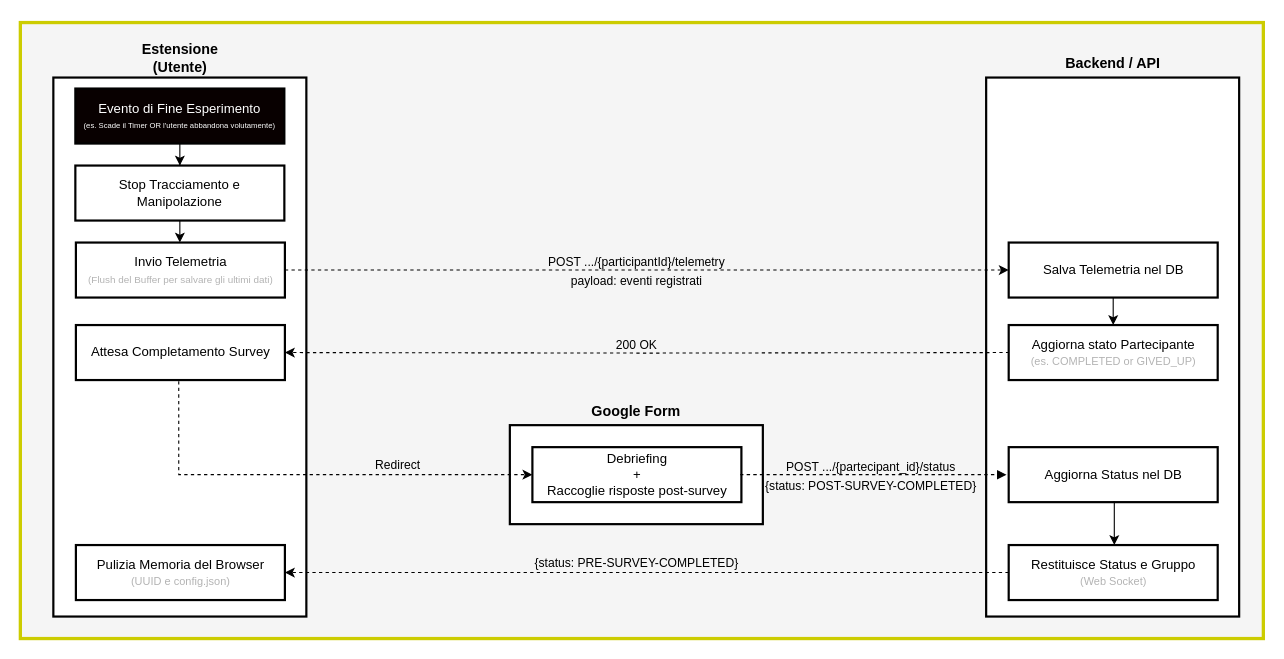
The draw.io diagram diagrams/deenrollment_flow.drawio in giamm025/iBEARer, before the edit. Source tidied: cells renumbered, new cells numbered last; positions are measured from the earlier drawing's top-left corner, leaving out a move shared by most shapes. Both pictures are drawn from the tidied source at 110%, with x=0, y=0 at pixel (20, 22).
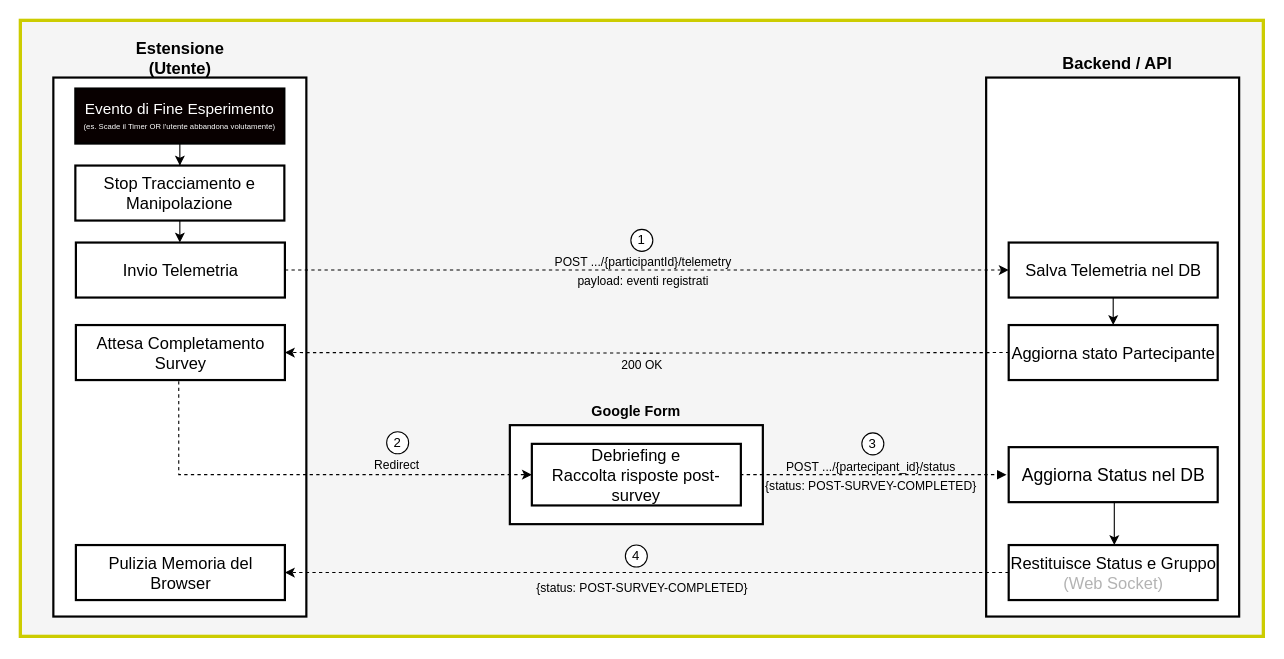
After the change.

Unchanged cells that the change refers to:
```xml
<mxCell id="13" style="jettySize=auto;html=1;entryX=0;entryY=0.5;entryDx=0;entryDy=0;dashed=1;" parent="1" edge="1" source="15" target="30">
  <mxGeometry relative="1" as="geometry" />
</mxCell>
<mxCell id="22" style="edgeStyle=orthogonalEdgeStyle;rounded=0;jettySize=auto;html=1;exitX=0;exitY=0.5;exitDx=0;exitDy=0;dashed=1;" parent="1" edge="1" source="32" target="19">
  <mxGeometry relative="1" as="geometry" />
</mxCell>
<mxCell id="26" style="edgeStyle=orthogonalEdgeStyle;jettySize=auto;html=1;entryX=1;entryY=0.5;entryDx=0;entryDy=0;dashed=1;exitX=0;exitY=0.5;exitDx=0;exitDy=0;" parent="1" edge="1" target="18">
  <mxGeometry relative="1" as="geometry">
    <mxPoint x="899" y="300" as="sourcePoint" />
  </mxGeometry>
</mxCell>
```

What changed in the source:
```diff
@@
     <mxCell id="2" style="rounded=0;whiteSpace=wrap;html=1;fillColor=#f5f5f5;fontColor=#333333;strokeColor=#CCCC00;strokeWidth=3;" parent="1" vertex="1">
-      <mxGeometry width="1130" height="560" as="geometry" />
+      <mxGeometry y="-2" width="1130" height="560" as="geometry" />
     </mxCell>
@@
-    <mxCell id="5" value="Aggiorna Status nel DB" style="whiteSpace=wrap;strokeWidth=2;rounded=0;" parent="1" vertex="1">
+    <mxCell id="5" value="Aggiorna Status nel DB" style="whiteSpace=wrap;strokeWidth=2;rounded=0;fontSize=16;" parent="1" vertex="1">
       <mxGeometry x="898.5" y="386" width="190" height="50" as="geometry" />
     </mxCell>
-    <mxCell id="6" value="&lt;b&gt;&lt;font style=&quot;font-size: 13px;&quot;&gt;Backend / API&lt;/font&gt;&lt;/b&gt;" style="text;html=1;whiteSpace=wrap;strokeColor=none;fillColor=none;align=center;verticalAlign=middle;rounded=0;" parent="1" vertex="1">
-      <mxGeometry x="944.8" y="24" width="96.5" height="25.4" as="geometry" />
+    <mxCell id="6" value="&lt;b&gt;&lt;font&gt;Backend / API&lt;/font&gt;&lt;/b&gt;" style="text;html=1;whiteSpace=wrap;strokeColor=none;fillColor=none;align=center;verticalAlign=middle;rounded=0;fontSize=15;" parent="1" vertex="1">
+      <mxGeometry x="944.8" y="24" width="105.2" height="25.4" as="geometry" />
     </mxCell>
@@
-    <mxCell id="9" value="&lt;font style=&quot;font-size: 12px;&quot;&gt;Evento di Fine Esperimento&lt;/font&gt;&lt;br&gt;&lt;font style=&quot;font-size: 7px;&quot;&gt;(es. Scade il Timer OR l'utente abbandona volutamente)&lt;/font&gt;" style="whiteSpace=wrap;strokeWidth=2;fillColor=#080000;fontColor=#FFFFFF;rounded=0;fontSize=10;autosizeText=0;html=1;" parent="1" vertex="1">
+    <mxCell id="9" value="&lt;font style=&quot;font-size: 14px;&quot;&gt;&lt;font style=&quot;&quot;&gt;Evento di Fine Esperimento&lt;/font&gt;&lt;br&gt;&lt;/font&gt;&lt;font style=&quot;font-size: 7px;&quot;&gt;(es. Scade il Timer OR l'utente abbandona volutamente)&lt;/font&gt;" style="whiteSpace=wrap;strokeWidth=2;fillColor=#080000;fontColor=#FFFFFF;rounded=0;fontSize=10;autosizeText=0;html=1;" parent="1" vertex="1">
       <mxGeometry x="50" y="60" width="190" height="50" as="geometry" />
     </mxCell>
-    <mxCell id="10" value="&lt;font style=&quot;font-size: 13px;&quot;&gt;&lt;b&gt;Estensione &lt;br&gt;(Utente)&lt;/b&gt;&lt;/font&gt;" style="text;html=1;whiteSpace=wrap;strokeColor=none;fillColor=none;align=center;verticalAlign=middle;rounded=0;" parent="1" vertex="1">
+    <mxCell id="10" value="&lt;font&gt;&lt;b&gt;Estensione &lt;br&gt;(Utente)&lt;/b&gt;&lt;/font&gt;" style="text;html=1;whiteSpace=wrap;strokeColor=none;fillColor=none;align=center;verticalAlign=middle;rounded=0;fontSize=15;" parent="1" vertex="1">
       <mxGeometry x="72.5" y="16.5" width="145" height="30" as="geometry" />
     </mxCell>
@@
-    <mxCell id="12" value="&lt;font style=&quot;font-size: 12px;&quot;&gt;Stop Tracciamento e Manipolazione&lt;/font&gt;" style="whiteSpace=wrap;strokeWidth=2;rounded=0;fontSize=11;html=1;" parent="1" vertex="1">
+    <mxCell id="12" value="&lt;font&gt;Stop Tracciamento e Manipolazione&lt;/font&gt;" style="whiteSpace=wrap;strokeWidth=2;rounded=0;fontSize=15;html=1;" parent="1" vertex="1">
       <mxGeometry x="50" y="130" width="190" height="50" as="geometry" />
     </mxCell>
@@
     <mxCell id="14" value="&lt;div style=&quot;line-height: 150%;&quot;&gt;POST .../{participantId}/telemetry&lt;div&gt;payload: eventi registrati&lt;/div&gt;&lt;/div&gt;" style="edgeLabel;html=1;align=center;verticalAlign=middle;labelBackgroundColor=none;" parent="13" vertex="1">
       <mxGeometry x="-0.8" relative="1" as="geometry">
-        <mxPoint x="253" as="offset" />
+        <mxPoint x="259" as="offset" />
       </mxGeometry>
     </mxCell>
-    <mxCell id="15" value="Invio Telemetria&lt;br&gt;&lt;font style=&quot;font-size: 9px; color: rgb(179, 179, 179);&quot;&gt;(Flush del Buffer per salvare gli ultimi dati)&lt;/font&gt;" style="whiteSpace=wrap;strokeWidth=2;rounded=0;html=1;" parent="1" vertex="1">
+    <mxCell id="15" value="Invio Telemetria" style="whiteSpace=wrap;strokeWidth=2;rounded=0;html=1;fontSize=15;" parent="1" vertex="1">
       <mxGeometry x="50.5" y="200" width="190" height="50" as="geometry" />
     </mxCell>
@@
-    <mxCell id="18" value="Attesa Completamento Survey" style="whiteSpace=wrap;strokeWidth=2;rounded=0;html=1;" parent="1" vertex="1">
+    <mxCell id="18" value="Attesa Completamento Survey" style="whiteSpace=wrap;strokeWidth=2;rounded=0;html=1;fontSize=15;" parent="1" vertex="1">
       <mxGeometry x="50.5" y="275" width="190" height="50" as="geometry" />
     </mxCell>
-    <mxCell id="19" value="&lt;font style=&quot;&quot;&gt;Pulizia Memoria del Browser&lt;br&gt;&lt;/font&gt;&lt;font style=&quot;color: rgb(179, 179, 179); font-size: 10px;&quot;&gt;(UUID e config.json)&lt;/font&gt;" style="whiteSpace=wrap;strokeWidth=2;rounded=0;html=1;" parent="1" vertex="1">
+    <mxCell id="19" value="&lt;font&gt;Pulizia Memoria del Browser&lt;/font&gt;" style="whiteSpace=wrap;strokeWidth=2;rounded=0;html=1;fontSize=15;" parent="1" vertex="1">
       <mxGeometry x="50.5" y="475" width="190" height="50" as="geometry" />
     </mxCell>
@@
-    <mxCell id="21" value="Debriefing&#10;+&#10;Raccoglie risposte post-survey" style="whiteSpace=wrap;strokeWidth=2;rounded=0;" parent="1" vertex="1">
-      <mxGeometry x="465.5" y="386" width="190" height="50" as="geometry" />
+    <mxCell id="21" value="Debriefing e&#10;Raccolta risposte post-survey" style="whiteSpace=wrap;strokeWidth=2;rounded=0;fontSize=15;" parent="1" vertex="1">
+      <mxGeometry x="465" y="383" width="190" height="56" as="geometry" />
     </mxCell>
@@
-    <mxCell id="23" value="&lt;div style=&quot;text-align: left;&quot;&gt;&lt;span&gt;{status: PRE-SURVEY-COMPLETED&lt;/span&gt;&lt;span style=&quot;color: light-dark(rgb(0, 0, 0), rgb(255, 255, 255));&quot;&gt;}&lt;/span&gt;&lt;/div&gt;" style="edgeLabel;html=1;align=center;verticalAlign=middle;labelBackgroundColor=none;" parent="22" vertex="1">
+    <mxCell id="23" value="&lt;div style=&quot;text-align: left;&quot;&gt;&lt;span&gt;{status: POST-SURVEY-COMPLETED&lt;/span&gt;&lt;span style=&quot;color: light-dark(rgb(0, 0, 0), rgb(255, 255, 255));&quot;&gt;}&lt;/span&gt;&lt;/div&gt;" style="edgeLabel;html=1;align=center;verticalAlign=middle;labelBackgroundColor=none;" parent="22" vertex="1">
       <mxGeometry x="0.02" y="-1" relative="1" as="geometry">
-        <mxPoint x="-3" y="-9" as="offset" />
+        <mxPoint x="2" y="14" as="offset" />
       </mxGeometry>
     </mxCell>
@@
     <mxCell id="27" value="200 OK" style="edgeLabel;html=1;align=center;verticalAlign=middle;labelBackgroundColor=none;" parent="26" vertex="1">
       <mxGeometry x="0.27" y="-1" relative="1" as="geometry">
-        <mxPoint x="78" y="-7" as="offset" />
+        <mxPoint x="83" y="11" as="offset" />
       </mxGeometry>
     </mxCell>
-    <mxCell id="28" value="Aggiorna stato Partecipante&lt;br&gt;&lt;font style=&quot;color: rgb(179, 179, 179); font-size: 10px;&quot;&gt;(es. COMPLETED or GIVED_UP)&lt;/font&gt;" style="whiteSpace=wrap;strokeWidth=2;rounded=0;html=1;" parent="1" vertex="1">
+    <mxCell id="28" value="Aggiorna stato Partecipante" style="whiteSpace=wrap;strokeWidth=2;rounded=0;html=1;fontSize=15;" parent="1" vertex="1">
       <mxGeometry x="898.5" y="275" width="190" height="50" as="geometry" />
     </mxCell>
@@
-    <mxCell id="30" value="Salva Telemetria nel DB" style="whiteSpace=wrap;strokeWidth=2;rounded=0;" parent="1" vertex="1">
+    <mxCell id="30" value="Salva Telemetria nel DB" style="whiteSpace=wrap;strokeWidth=2;rounded=0;fontSize=15;" parent="1" vertex="1">
       <mxGeometry x="898.5" y="200" width="190" height="50" as="geometry" />
     </mxCell>
@@
-    <mxCell id="32" value="Restituisce Status e Gruppo&lt;br&gt;&lt;font style=&quot;font-size: 10px; color: rgb(179, 179, 179);&quot;&gt;(Web Socket)&lt;/font&gt;" style="whiteSpace=wrap;strokeWidth=2;html=1;" parent="1" vertex="1">
+    <mxCell id="32" value="&lt;font style=&quot;font-size: 15px;&quot;&gt;Restituisce Status e Gruppo&lt;br&gt;&lt;font style=&quot;color: rgb(179, 179, 179);&quot;&gt;(Web Socket)&lt;/font&gt;&lt;/font&gt;" style="whiteSpace=wrap;strokeWidth=2;html=1;" parent="1" vertex="1">
       <mxGeometry x="898.5" y="475" width="190" height="50" as="geometry" />
     </mxCell>
+    <mxCell id="33" value="1" style="ellipse;whiteSpace=wrap;html=1;" parent="1" vertex="1">
+      <mxGeometry x="555" y="188" width="20" height="20" as="geometry" />
+    </mxCell>
+    <mxCell id="34" value="3" style="ellipse;whiteSpace=wrap;html=1;" parent="1" vertex="1">
+      <mxGeometry x="765" y="373" width="20" height="20" as="geometry" />
+    </mxCell>
+    <mxCell id="35" value="4" style="ellipse;whiteSpace=wrap;html=1;" parent="1" vertex="1">
+      <mxGeometry x="550" y="475" width="20" height="20" as="geometry" />
+    </mxCell>
+    <mxCell id="36" value="2" style="ellipse;whiteSpace=wrap;html=1;" parent="1" vertex="1">
+      <mxGeometry x="333" y="372" width="20" height="20" as="geometry" />
+    </mxCell>
```
